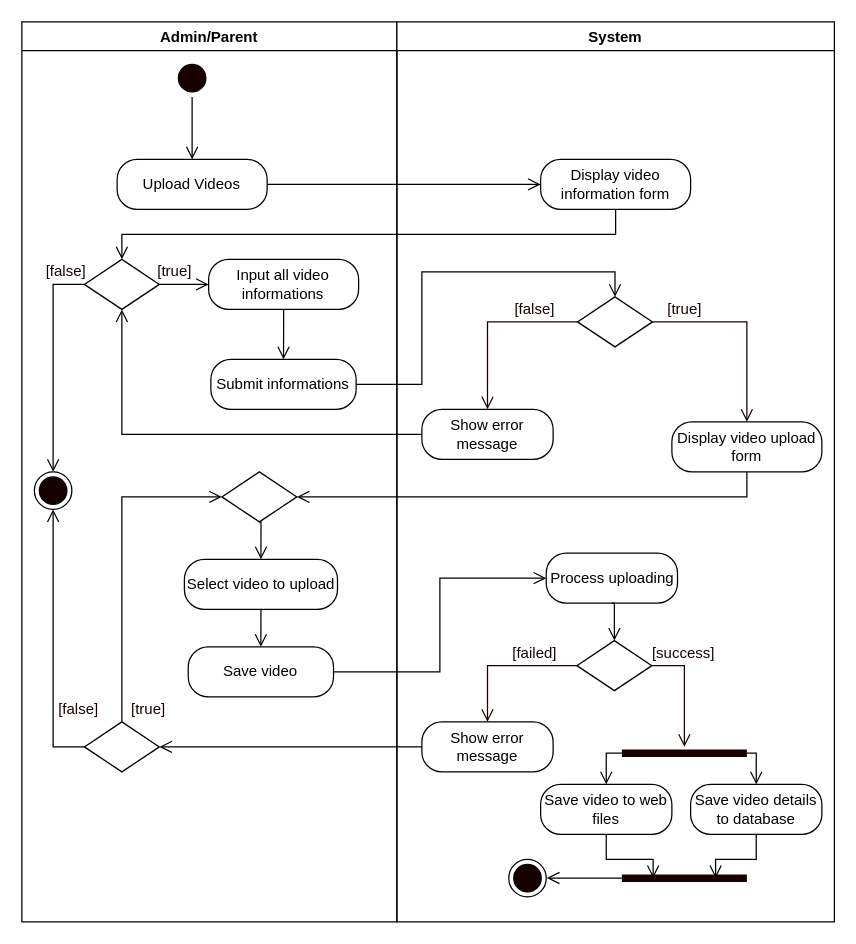
Before: page "Upload Video" (8 of 12) of REVISIONS/UML-DIAGRAMS/6-9-2021/ACTIVITY DIAGRAM/ACTIVITY DIAGRAM.drawio in mrklglsn/CAPSTONE-FILES, a draw.io diagram. Source tidied: cells renumbered, new cells numbered last; positions are measured from the earlier drawing's top-left corner, leaving out a move shared by most shapes. Both pictures are drawn from the tidied source at 125%, with x=0, y=0 at pixel (21, 21).
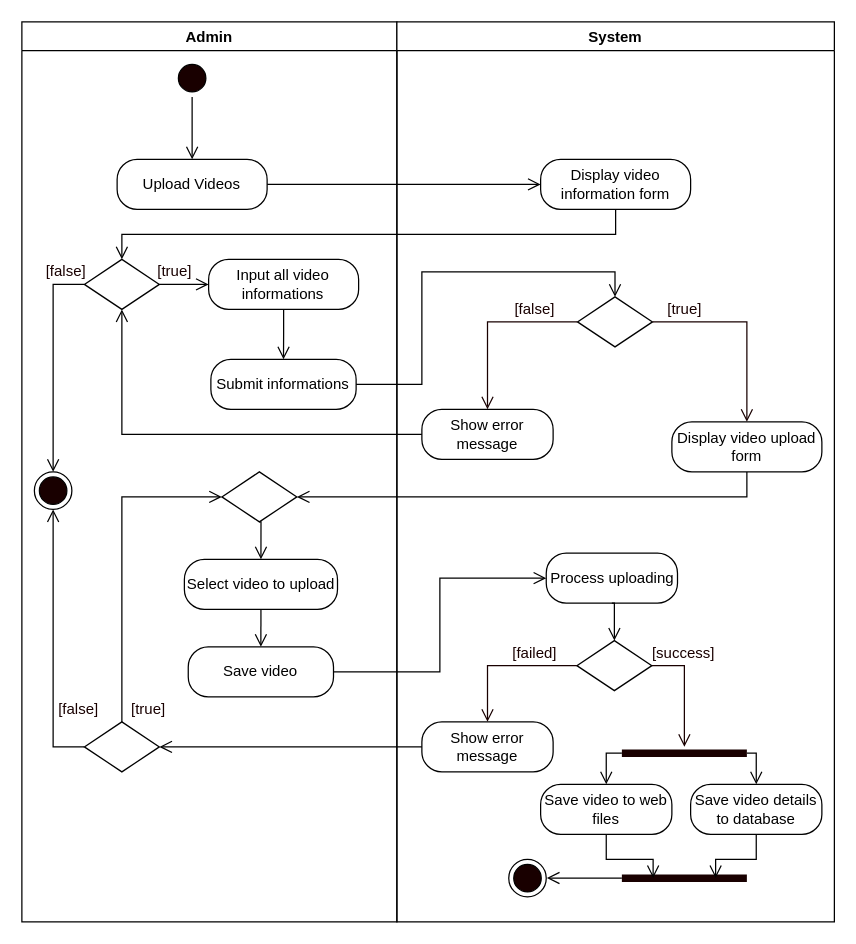
Above is the later version.

Diff of the diagram source:
```diff
@@
-    <mxCell id="2" value="Admin/Parent" style="swimlane;startSize=23;" parent="1" vertex="1">
+    <mxCell id="2" value="Admin" style="swimlane;startSize=23;" parent="1" vertex="1">
       <mxGeometry width="300" height="720" as="geometry" />
     </mxCell>
```
